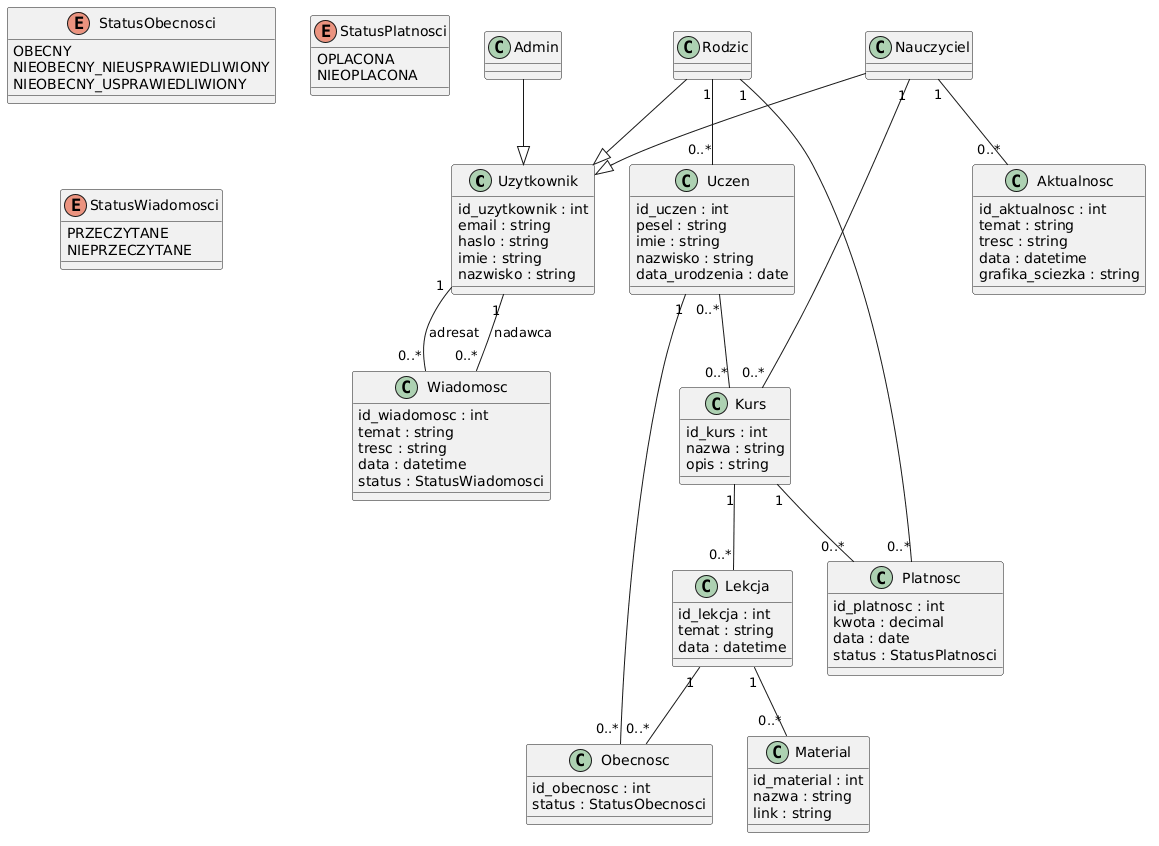
The PlantUML diagram dokumentacja/class_diagram.png in PZSP2-Platforma-Edukacyjna/platforma-edukacyjna, before a commit. The source it was exported from:
```plantuml
@startuml
skinparam classAttributeIconSize 0


class Uzytkownik {
  id_uzytkownik : int
  email : string
  haslo : string
  imie : string
  nazwisko : string
}

class Rodzic
class Nauczyciel
class Admin

class Uczen {
  id_uczen : int
  pesel : string
  imie : string
  nazwisko : string
  data_urodzenia : date
}

class Kurs {
  id_kurs : int
  nazwa : string
  opis : string
}

class Lekcja {
  id_lekcja : int
  temat : string
  data : datetime
}

class Material {
  id_material : int
  nazwa : string
  link : string
}

class Obecnosc {
  id_obecnosc : int
  status : StatusObecnosci
}

class Platnosc {
  id_platnosc : int
  kwota : decimal
  data : date
  status : StatusPlatnosci
}

class Wiadomosc {
  id_wiadomosc : int
  temat : string
  tresc : string
  data : datetime
  status : StatusWiadomosci
}

class Aktualnosc {
  id_aktualnosc : int
  temat : string
  tresc : string
  data : datetime
  grafika_sciezka : string
}


enum StatusObecnosci {
  OBECNY
  NIEOBECNY_NIEUSPRAWIEDLIWIONY
  NIEOBECNY_USPRAWIEDLIWIONY
}

enum StatusPlatnosci {
  OPLACONA
  NIEOPLACONA
}

enum StatusWiadomosci {
  PRZECZYTANE
  NIEPRZECZYTANE
}


Rodzic --|> Uzytkownik
Nauczyciel --|> Uzytkownik
Admin --|> Uzytkownik


Rodzic "1" -- "0..*" Uczen

Nauczyciel "1" -- "0..*" Kurs

Kurs "1" -- "0..*" Lekcja

Lekcja "1" -- "0..*" Material

Uczen "1" -- "0..*" Obecnosc
Lekcja "1" -- "0..*" Obecnosc

Rodzic "1" -- "0..*" Platnosc
Kurs "1" -- "0..*" Platnosc

Uczen "0..*" -- "0..*" Kurs

Uzytkownik "1" -- "0..*" Wiadomosc : nadawca
Uzytkownik "1" -- "0..*" Wiadomosc : adresat

Nauczyciel "1" -- "0..*" Aktualnosc
@enduml
```
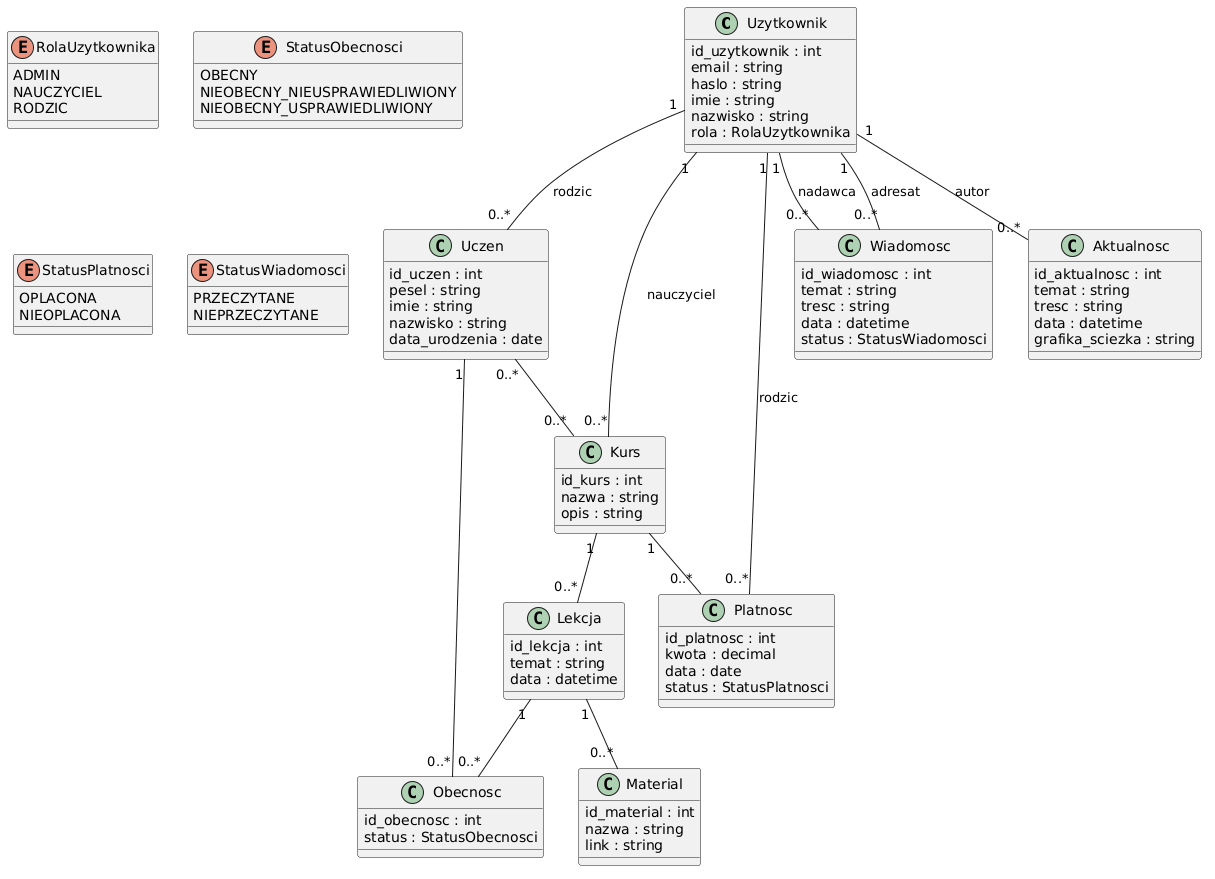
The same diagram one commit later.

Commit message:
updated class diagram & er model

What changed in the source:
```diff
@@ -1,6 +1,5 @@
 @startuml
 skinparam classAttributeIconSize 0
-
 
 class Uzytkownik {
   id_uzytkownik : int
@@ -8,11 +7,8 @@
   haslo : string
   imie : string
   nazwisko : string
+  rola : RolaUzytkownika
 }
-
-class Rodzic
-class Nauczyciel
-class Admin
 
 class Uczen {
   id_uczen : int
@@ -69,6 +65,12 @@
 }
 
 
+enum RolaUzytkownika {
+  ADMIN
+  NAUCZYCIEL
+  RODZIC
+}
+
 enum StatusObecnosci {
   OBECNY
   NIEOBECNY_NIEUSPRAWIEDLIWIONY
@@ -86,14 +88,9 @@
 }
 
 
-Rodzic --|> Uzytkownik
-Nauczyciel --|> Uzytkownik
-Admin --|> Uzytkownik
+Uzytkownik "1" -- "0..*" Uczen : rodzic
 
-
-Rodzic "1" -- "0..*" Uczen
-
-Nauczyciel "1" -- "0..*" Kurs
+Uzytkownik "1" -- "0..*" Kurs : nauczyciel
 
 Kurs "1" -- "0..*" Lekcja
 
@@ -102,7 +99,7 @@
 Uczen "1" -- "0..*" Obecnosc
 Lekcja "1" -- "0..*" Obecnosc
 
-Rodzic "1" -- "0..*" Platnosc
+Uzytkownik "1" -- "0..*" Platnosc : rodzic
 Kurs "1" -- "0..*" Platnosc
 
 Uczen "0..*" -- "0..*" Kurs
@@ -110,5 +107,5 @@
 Uzytkownik "1" -- "0..*" Wiadomosc : nadawca
 Uzytkownik "1" -- "0..*" Wiadomosc : adresat
 
-Nauczyciel "1" -- "0..*" Aktualnosc
+Uzytkownik "1" -- "0..*" Aktualnosc : autor
 @enduml
```
